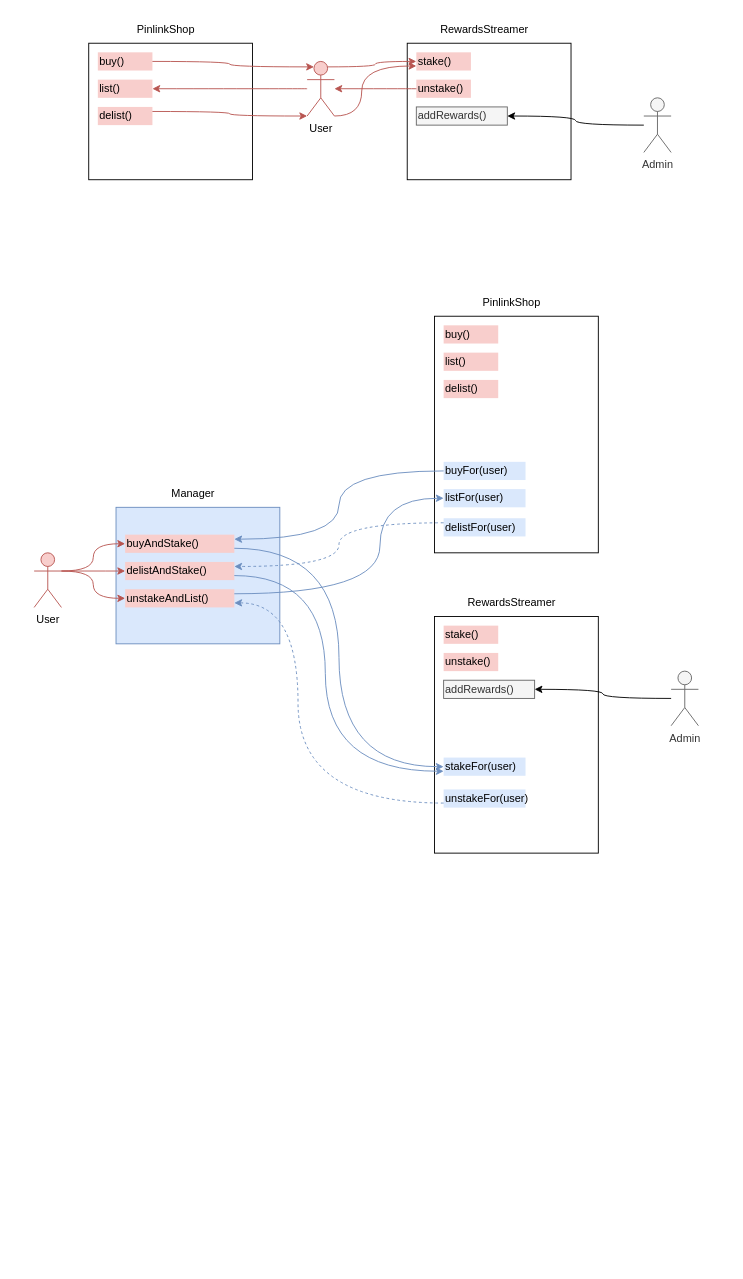
JacoboLansac/audits keeps this draw.io diagram as solo/pinlink/Untitled Diagram.drawio. Above is the earlier version. Source tidied: cells renumbered, new cells numbered last; positions are measured from the earlier drawing's top-left corner, leaving out a move shared by most shapes. Both pictures are drawn from the tidied source at 91%, with x=0, y=0 at pixel (34, 15).
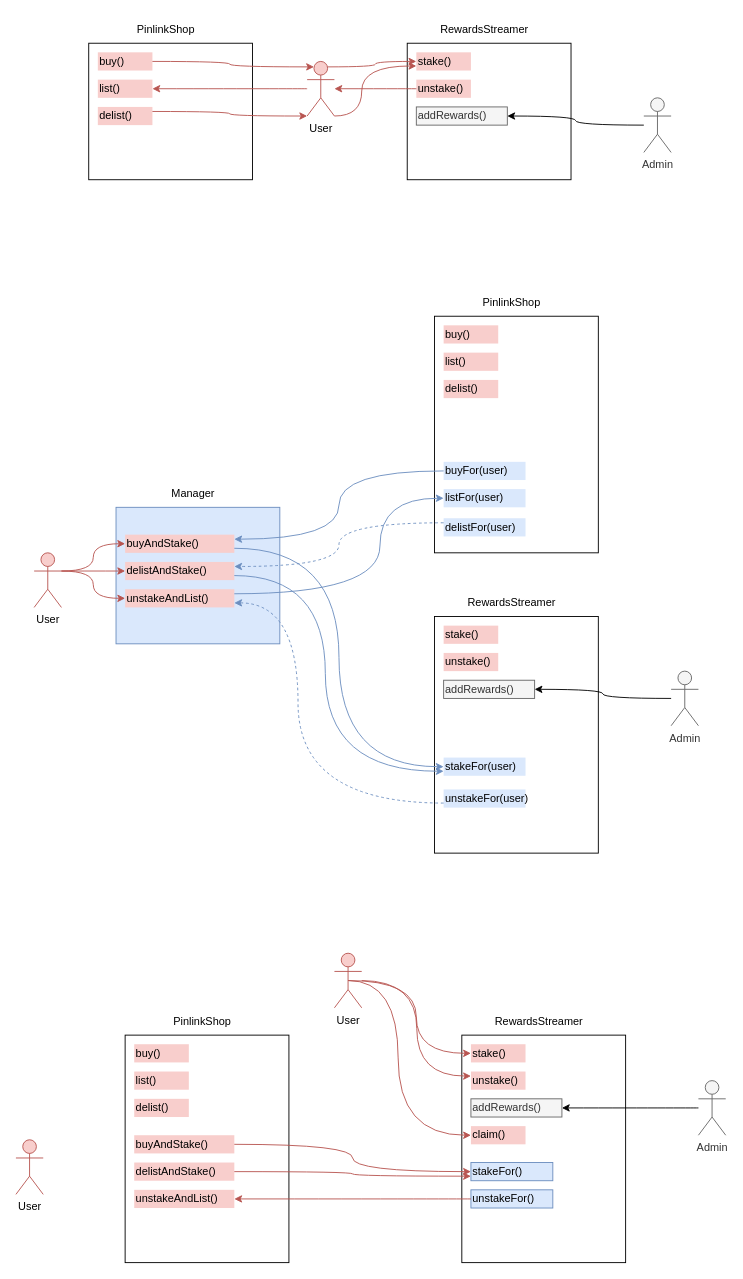
Above is the later version.

What changed in the source:
```diff
@@
+    <mxCell id="60" style="group;" parent="1" vertex="1">
+      <mxGeometry x="100" y="1090" width="180" height="280" as="geometry" />
+    </mxCell>
+    <mxCell id="61" style="whiteSpace=wrap;html=1;" parent="60" vertex="1">
+      <mxGeometry y="30" width="180" height="250" as="geometry" />
+    </mxCell>
+    <mxCell id="62" value="PinlinkShop" style="text;html=1;align=center;verticalAlign=middle;whiteSpace=wrap;rounded=0;" parent="60" vertex="1">
+      <mxGeometry x="55" width="60" height="30" as="geometry" />
+    </mxCell>
+    <mxCell id="63" value="list()" style="rounded=0;whiteSpace=wrap;html=1;strokeColor=none;fillColor=#f8cecc;align=left;" parent="60" vertex="1">
+      <mxGeometry x="10" y="70" width="60" height="20" as="geometry" />
+    </mxCell>
+    <mxCell id="64" value="delist()" style="rounded=0;whiteSpace=wrap;html=1;strokeColor=none;fillColor=#f8cecc;align=left;" parent="60" vertex="1">
+      <mxGeometry x="10" y="100" width="60" height="20" as="geometry" />
+    </mxCell>
+    <mxCell id="65" value="buy()" style="rounded=0;whiteSpace=wrap;html=1;strokeColor=none;fillColor=#f8cecc;align=left;" parent="60" vertex="1">
+      <mxGeometry x="10" y="40" width="60" height="20" as="geometry" />
+    </mxCell>
+    <mxCell id="66" value="buyAndStake()" style="rounded=0;whiteSpace=wrap;html=1;strokeColor=none;fillColor=#f8cecc;align=left;" parent="60" vertex="1">
+      <mxGeometry x="10" y="140" width="110" height="20" as="geometry" />
+    </mxCell>
+    <mxCell id="67" value="delistAndStake()" style="rounded=0;whiteSpace=wrap;html=1;strokeColor=none;fillColor=#f8cecc;align=left;" parent="60" vertex="1">
+      <mxGeometry x="10" y="170" width="110" height="20" as="geometry" />
+    </mxCell>
+    <mxCell id="68" value="unstakeAndList()" style="rounded=0;whiteSpace=wrap;html=1;strokeColor=none;fillColor=#f8cecc;align=left;" parent="60" vertex="1">
+      <mxGeometry x="10" y="200" width="110" height="20" as="geometry" />
+    </mxCell>
+    <mxCell id="69" style="group;" parent="1" vertex="1">
+      <mxGeometry x="470" y="1090" width="180" height="280" as="geometry" />
+    </mxCell>
+    <mxCell id="70" style="whiteSpace=wrap;html=1;" parent="69" vertex="1">
+      <mxGeometry y="30" width="180" height="250" as="geometry" />
+    </mxCell>
+    <mxCell id="71" value="RewardsStreamer" style="text;html=1;align=center;verticalAlign=middle;whiteSpace=wrap;rounded=0;" parent="69" vertex="1">
+      <mxGeometry x="55" width="60" height="30" as="geometry" />
+    </mxCell>
+    <mxCell id="72" value="stake()" style="rounded=0;whiteSpace=wrap;html=1;strokeColor=none;fillColor=#f8cecc;align=left;" parent="69" vertex="1">
+      <mxGeometry x="10" y="40" width="60" height="20" as="geometry" />
+    </mxCell>
+    <mxCell id="73" value="unstake()" style="rounded=0;whiteSpace=wrap;html=1;strokeColor=none;fillColor=#f8cecc;align=left;" parent="69" vertex="1">
+      <mxGeometry x="10" y="70" width="60" height="20" as="geometry" />
+    </mxCell>
+    <mxCell id="74" value="addRewards()" style="rounded=0;whiteSpace=wrap;html=1;strokeColor=#666666;fillColor=#f5f5f5;align=left;fontColor=#333333;" parent="69" vertex="1">
+      <mxGeometry x="10" y="100" width="100" height="20" as="geometry" />
+    </mxCell>
+    <mxCell id="75" value="claim()" style="rounded=0;whiteSpace=wrap;html=1;strokeColor=none;fillColor=#f8cecc;align=left;" parent="69" vertex="1">
+      <mxGeometry x="10" y="130" width="60" height="20" as="geometry" />
+    </mxCell>
+    <mxCell id="76" value="stakeFor()" style="rounded=0;whiteSpace=wrap;html=1;strokeColor=#6c8ebf;fillColor=#dae8fc;align=left;" parent="69" vertex="1">
+      <mxGeometry x="10" y="170" width="90" height="20" as="geometry" />
+    </mxCell>
+    <mxCell id="77" value="unstakeFor()" style="rounded=0;whiteSpace=wrap;html=1;strokeColor=#6c8ebf;fillColor=#dae8fc;align=left;" parent="69" vertex="1">
+      <mxGeometry x="10" y="200" width="90" height="20" as="geometry" />
+    </mxCell>
+    <mxCell id="78" style="edgeStyle=orthogonalEdgeStyle;rounded=0;jettySize=auto;html=1;curved=1;" parent="1" edge="1" source="79" target="74">
+      <mxGeometry relative="1" as="geometry" />
+    </mxCell>
+    <mxCell id="79" value="Admin" style="shape=umlActor;verticalLabelPosition=bottom;verticalAlign=top;html=1;outlineConnect=0;fillColor=#f5f5f5;strokeColor=#666666;fontColor=#333333;" parent="1" vertex="1">
+      <mxGeometry x="730" y="1170" width="30" height="60" as="geometry" />
+    </mxCell>
+    <mxCell id="80" style="edgeStyle=orthogonalEdgeStyle;rounded=0;jettySize=auto;html=1;exitX=1;exitY=0.5;exitDx=0;exitDy=0;entryX=0;entryY=0.5;entryDx=0;entryDy=0;strokeColor=#b85450;curved=1;fillColor=#f8cecc;" parent="1" edge="1" source="66" target="76">
+      <mxGeometry relative="1" as="geometry" />
+    </mxCell>
+    <mxCell id="81" style="edgeStyle=orthogonalEdgeStyle;shape=connector;curved=1;rounded=0;jettySize=auto;html=1;exitX=1;exitY=0.5;exitDx=0;exitDy=0;entryX=0;entryY=0.75;entryDx=0;entryDy=0;strokeColor=#b85450;align=center;verticalAlign=middle;fontFamily=Helvetica;fontSize=11;fontColor=default;labelBackgroundColor=default;endArrow=classic;fillColor=#f8cecc;" parent="1" edge="1" source="67" target="76">
+      <mxGeometry relative="1" as="geometry" />
+    </mxCell>
+    <mxCell id="82" style="edgeStyle=orthogonalEdgeStyle;shape=connector;curved=1;rounded=0;jettySize=auto;html=1;exitX=0;exitY=0.5;exitDx=0;exitDy=0;entryX=1;entryY=0.5;entryDx=0;entryDy=0;strokeColor=#b85450;align=center;verticalAlign=middle;fontFamily=Helvetica;fontSize=11;fontColor=default;labelBackgroundColor=default;endArrow=classic;fillColor=#f8cecc;" parent="1" edge="1" source="77" target="68">
+      <mxGeometry relative="1" as="geometry" />
+    </mxCell>
+    <mxCell id="83" style="edgeStyle=orthogonalEdgeStyle;shape=connector;curved=1;rounded=0;jettySize=auto;html=1;exitX=0.5;exitY=0.5;exitDx=0;exitDy=0;exitPerimeter=0;entryX=0;entryY=0.5;entryDx=0;entryDy=0;strokeColor=#b85450;align=center;verticalAlign=middle;fontFamily=Helvetica;fontSize=11;fontColor=default;labelBackgroundColor=default;endArrow=classic;fillColor=#f8cecc;" parent="1" edge="1" source="86" target="72">
+      <mxGeometry relative="1" as="geometry" />
+    </mxCell>
+    <mxCell id="84" style="edgeStyle=orthogonalEdgeStyle;shape=connector;curved=1;rounded=0;jettySize=auto;html=1;entryX=0;entryY=0.25;entryDx=0;entryDy=0;strokeColor=#b85450;align=center;verticalAlign=middle;fontFamily=Helvetica;fontSize=11;fontColor=default;labelBackgroundColor=default;endArrow=classic;fillColor=#f8cecc;" parent="1" edge="1" target="73">
+      <mxGeometry relative="1" as="geometry">
+        <mxPoint x="360" y="1060" as="sourcePoint" />
+      </mxGeometry>
+    </mxCell>
+    <mxCell id="85" style="edgeStyle=orthogonalEdgeStyle;shape=connector;curved=1;rounded=0;jettySize=auto;html=1;exitX=0.5;exitY=0.5;exitDx=0;exitDy=0;exitPerimeter=0;entryX=0;entryY=0.5;entryDx=0;entryDy=0;strokeColor=#b85450;align=center;verticalAlign=middle;fontFamily=Helvetica;fontSize=11;fontColor=default;labelBackgroundColor=default;endArrow=classic;fillColor=#f8cecc;" parent="1" edge="1" source="86" target="75">
+      <mxGeometry relative="1" as="geometry">
+        <Array as="points">
+          <mxPoint x="400" y="1060" />
+          <mxPoint x="400" y="1230" />
+        </Array>
+      </mxGeometry>
+    </mxCell>
+    <mxCell id="86" value="User" style="shape=umlActor;verticalLabelPosition=bottom;verticalAlign=top;html=1;outlineConnect=0;fillColor=#f8cecc;strokeColor=#b85450;" parent="1" vertex="1">
+      <mxGeometry x="330" y="1030" width="30" height="60" as="geometry" />
+    </mxCell>
+    <mxCell id="87" value="User" style="shape=umlActor;verticalLabelPosition=bottom;verticalAlign=top;html=1;fillColor=#f8cecc;strokeColor=#b85450;" parent="1" vertex="1">
+      <mxGeometry x="-20" y="1235" width="30" height="60" as="geometry" />
+    </mxCell>
```
